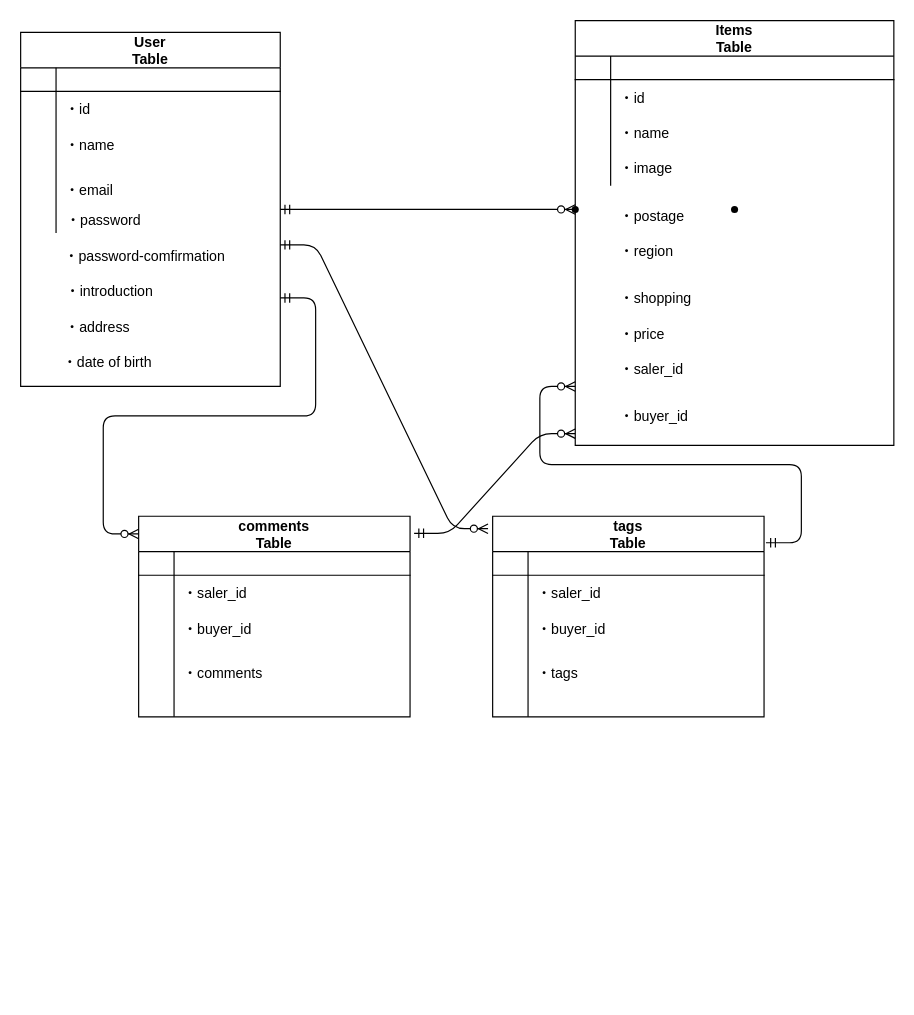
Fujiwara0805/furima-38437 keeps this draw.io diagram as test.dio. Above is the earlier version. Source tidied: cells renumbered, new cells numbered last; positions are measured from the earlier drawing's top-left corner, leaving out a move shared by most shapes. Both pictures are drawn from the tidied source at 118%, with x=0, y=0 at pixel (20, 20).
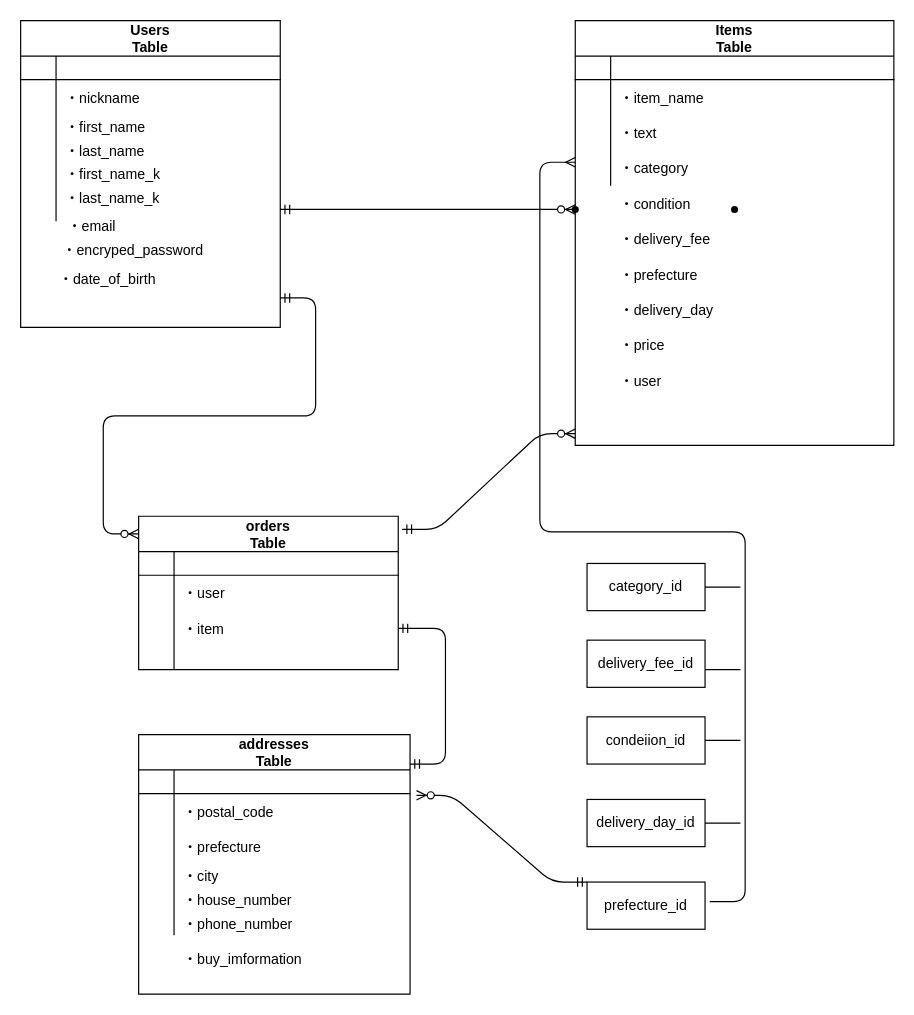
After the change.

The change refers to these unchanged cells:
```xml
<mxCell id="6" style="shape=partialRectangle;fillColor=none;top=0;left=0;bottom=0;right=0;" parent="2" vertex="1">
  <mxGeometry y="50" width="220" height="30" as="geometry" />
</mxCell>
<mxCell id="22" style="shape=partialRectangle;fillColor=none;top=0;left=0;bottom=0;right=0;" parent="18" vertex="1">
  <mxGeometry y="50" width="270" height="30" as="geometry" />
</mxCell>
<mxCell id="25" style="shape=partialRectangle;fillColor=none;top=0;left=0;bottom=0;right=0;" parent="18" vertex="1">
  <mxGeometry y="80" width="270" height="30" as="geometry" />
</mxCell>
<mxCell id="28" style="shape=partialRectangle;fillColor=none;top=0;left=0;bottom=0;right=0;" parent="18" vertex="1">
  <mxGeometry y="110" width="270" height="30" as="geometry" />
</mxCell>
<mxCell id="54" style="shape=partialRectangle;fillColor=none;top=0;left=0;bottom=1;right=0;points=[[0,0.5],[1,0.5]];portConstraint=eastwest;" parent="53" vertex="1">
  <mxGeometry y="30" width="230" height="20" as="geometry" />
</mxCell>
<mxCell id="57" style="shape=partialRectangle;fillColor=none;top=0;left=0;bottom=0;right=0;" parent="53" vertex="1">
  <mxGeometry y="50" width="230" height="30" as="geometry" />
</mxCell>
<mxCell id="60" style="shape=partialRectangle;fillColor=none;top=0;left=0;bottom=0;right=0;" parent="53" vertex="1">
  <mxGeometry y="80" width="230" height="30" as="geometry" />
</mxCell>
<mxCell id="63" style="shape=partialRectangle;fillColor=none;top=0;left=0;bottom=0;right=0;" parent="53" vertex="1">
  <mxGeometry y="110" width="230" height="60" as="geometry" />
</mxCell>
```

Change to the diagram source:
```diff
@@
-    <mxCell id="2" value="User &#10;Table" style="shape=table;startSize=30;childLayout=tableLayout;rowLines=0;fontStyle=1;align=center;" parent="1" vertex="1">
-      <mxGeometry y="10" width="220" height="300" as="geometry" />
+    <mxCell id="2" value="Users&#10;Table" style="shape=table;startSize=30;childLayout=tableLayout;rowLines=0;fontStyle=1;align=center;" parent="1" vertex="1">
+      <mxGeometry width="220" height="260" as="geometry" />
     </mxCell>
@@
-    <mxCell id="8" value="・id" style="shape=partialRectangle;fillColor=none;top=0;left=0;bottom=0;right=0;align=left;spacingLeft=6;overflow=hidden;" parent="6" vertex="1">
+    <mxCell id="8" value="・nickname    " style="shape=partialRectangle;fillColor=none;top=0;left=0;bottom=0;right=0;align=left;spacingLeft=6;overflow=hidden;" parent="6" vertex="1">
       <mxGeometry x="30" width="190" height="30" as="geometry" />
     </mxCell>
     <mxCell id="9" style="shape=partialRectangle;fillColor=none;top=0;left=0;bottom=0;right=0;" parent="2" vertex="1">
-      <mxGeometry y="80" width="220" height="30" as="geometry" />
+      <mxGeometry y="80" width="220" height="20" as="geometry" />
     </mxCell>
     <mxCell id="10" style="shape=partialRectangle;fillColor=none;top=0;left=0;bottom=0;right=0;overflow=hidden;" parent="9" vertex="1">
-      <mxGeometry width="30" height="30" as="geometry" />
+      <mxGeometry width="30" height="20" as="geometry" />
     </mxCell>
-    <mxCell id="11" value="・name" style="shape=partialRectangle;fillColor=none;top=0;left=0;bottom=0;right=0;align=left;spacingLeft=6;overflow=hidden;" parent="9" vertex="1">
-      <mxGeometry x="30" width="190" height="30" as="geometry" />
+    <mxCell id="11" value="・first_name" style="shape=partialRectangle;fillColor=none;top=0;left=0;bottom=0;right=0;align=left;spacingLeft=6;overflow=hidden;" parent="9" vertex="1">
+      <mxGeometry x="30" width="190" height="20" as="geometry" />
     </mxCell>
     <mxCell id="12" style="shape=partialRectangle;fillColor=none;top=0;left=0;bottom=0;right=0;" parent="2" vertex="1">
-      <mxGeometry y="110" width="220" height="60" as="geometry" />
+      <mxGeometry y="100" width="220" height="70" as="geometry" />
     </mxCell>
     <mxCell id="13" style="shape=partialRectangle;fillColor=none;top=0;left=0;bottom=0;right=0;overflow=hidden;" parent="12" vertex="1">
-      <mxGeometry width="30" height="60" as="geometry" />
+      <mxGeometry width="30" height="70" as="geometry" />
     </mxCell>
-    <mxCell id="14" value="・email&#10;" style="shape=partialRectangle;fillColor=none;top=0;left=0;bottom=0;right=0;align=left;spacingLeft=6;overflow=hidden;" parent="12" vertex="1">
-      <mxGeometry x="30" width="190" height="60" as="geometry" />
+    <mxCell id="14" style="shape=partialRectangle;fillColor=none;top=0;left=0;bottom=0;right=0;align=left;spacingLeft=6;overflow=hidden;" parent="12" vertex="1">
+      <mxGeometry x="30" width="190" height="70" as="geometry" />
     </mxCell>
-    <mxCell id="15" value="・password" style="text;html=1;align=center;verticalAlign=middle;strokeColor=none;fillColor=none;" parent="1" vertex="1">
-      <mxGeometry x="30" y="160" width="80" height="20" as="geometry" />
+    <mxCell id="15" value="・encryped_password" style="text;html=1;align=center;verticalAlign=middle;strokeColor=none;fillColor=none;" parent="1" vertex="1">
+      <mxGeometry x="30" y="185" width="130" height="20" as="geometry" />
     </mxCell>
-    <mxCell id="16" value="・password-comfirmation" style="text;html=1;align=center;verticalAlign=middle;strokeColor=none;fillColor=none;" parent="1" vertex="1">
-      <mxGeometry x="30" y="190" width="150" height="20" as="geometry" />
-    </mxCell>
-    <mxCell id="17" value="・introduction" style="text;html=1;align=center;verticalAlign=middle;strokeColor=none;fillColor=none;" parent="1" vertex="1">
-      <mxGeometry x="30" y="220" width="90" height="20" as="geometry" />
+    <mxCell id="17" value="・email" style="text;html=1;align=center;verticalAlign=middle;strokeColor=none;fillColor=none;" parent="1" vertex="1">
+      <mxGeometry x="30" y="165" width="60" height="20" as="geometry" />
     </mxCell>
@@
-    <mxCell id="24" value="・id" style="shape=partialRectangle;fillColor=none;top=0;left=0;bottom=0;right=0;align=left;spacingLeft=6;overflow=hidden;" parent="22" vertex="1">
+    <mxCell id="24" value="・item_name" style="shape=partialRectangle;fillColor=none;top=0;left=0;bottom=0;right=0;align=left;spacingLeft=6;overflow=hidden;" parent="22" vertex="1">
       <mxGeometry x="30" width="240" height="30" as="geometry" />
     </mxCell>
@@
-    <mxCell id="27" value="・name" style="shape=partialRectangle;fillColor=none;top=0;left=0;bottom=0;right=0;align=left;spacingLeft=6;overflow=hidden;" parent="25" vertex="1">
+    <mxCell id="27" value="・text" style="shape=partialRectangle;fillColor=none;top=0;left=0;bottom=0;right=0;align=left;spacingLeft=6;overflow=hidden;" parent="25" vertex="1">
       <mxGeometry x="30" width="240" height="30" as="geometry" />
     </mxCell>
@@
-    <mxCell id="30" value="・image" style="shape=partialRectangle;fillColor=none;top=0;left=0;bottom=0;right=0;align=left;spacingLeft=6;overflow=hidden;" parent="28" vertex="1">
+    <mxCell id="30" value="・category" style="shape=partialRectangle;fillColor=none;top=0;left=0;bottom=0;right=0;align=left;spacingLeft=6;overflow=hidden;" parent="28" vertex="1">
       <mxGeometry x="30" width="240" height="30" as="geometry" />
     </mxCell>
@@
-    <mxCell id="32" value="・postage" style="shape=partialRectangle;fillColor=none;top=0;left=0;bottom=0;right=0;align=left;spacingLeft=6;overflow=hidden;" parent="1" vertex="1">
-      <mxGeometry x="500" y="150" width="230" height="30" as="geometry" />
+    <mxCell id="32" value="・condition" style="shape=partialRectangle;fillColor=none;top=0;left=0;bottom=0;right=0;align=left;spacingLeft=6;overflow=hidden;" parent="1" vertex="1">
+      <mxGeometry x="500" y="140" width="230" height="30" as="geometry" />
     </mxCell>
-    <mxCell id="33" value="・region" style="shape=partialRectangle;fillColor=none;top=0;left=0;bottom=0;right=0;align=left;spacingLeft=6;overflow=hidden;" parent="1" vertex="1">
-      <mxGeometry x="500" y="180" width="230" height="30" as="geometry" />
+    <mxCell id="33" value="・delivery_fee" style="shape=partialRectangle;fillColor=none;top=0;left=0;bottom=0;right=0;align=left;spacingLeft=6;overflow=hidden;" parent="1" vertex="1">
+      <mxGeometry x="500" y="170" width="230" height="30" as="geometry" />
     </mxCell>
-    <mxCell id="34" value="・shopping" style="shape=partialRectangle;fillColor=none;top=0;left=0;bottom=0;right=0;align=left;spacingLeft=6;overflow=hidden;" parent="1" vertex="1">
-      <mxGeometry x="500" y="220" width="230" height="30" as="geometry" />
+    <mxCell id="34" value="・delivery_day" style="shape=partialRectangle;fillColor=none;top=0;left=0;bottom=0;right=0;align=left;spacingLeft=6;overflow=hidden;" parent="1" vertex="1">
+      <mxGeometry x="500" y="230" width="230" height="30" as="geometry" />
     </mxCell>
-    <mxCell id="35" value="・price" style="shape=partialRectangle;fillColor=none;top=0;left=0;bottom=0;right=0;align=left;spacingLeft=6;overflow=hidden;" parent="1" vertex="1">
-      <mxGeometry x="500" y="250" width="230" height="30" as="geometry" />
+    <mxCell id="35" value="・prefecture" style="shape=partialRectangle;fillColor=none;top=0;left=0;bottom=0;right=0;align=left;spacingLeft=6;overflow=hidden;" parent="1" vertex="1">
+      <mxGeometry x="500" y="200" width="230" height="30" as="geometry" />
     </mxCell>
-    <mxCell id="36" value="・address" style="text;html=1;align=center;verticalAlign=middle;strokeColor=none;fillColor=none;" parent="1" vertex="1">
-      <mxGeometry x="30" y="250" width="70" height="20" as="geometry" />
-    </mxCell>
-    <mxCell id="37" value="・date of birth&amp;nbsp;" style="text;html=1;align=center;verticalAlign=middle;strokeColor=none;fillColor=none;" parent="1" vertex="1">
-      <mxGeometry x="30" y="280" width="90" height="20" as="geometry" />
+    <mxCell id="37" value="・date_of_birth&amp;nbsp;" style="text;html=1;align=center;verticalAlign=middle;strokeColor=none;fillColor=none;" parent="1" vertex="1">
+      <mxGeometry x="25" y="210" width="100" height="20" as="geometry" />
     </mxCell>
-    <mxCell id="38" value="・saler_id" style="shape=partialRectangle;fillColor=none;top=0;left=0;bottom=0;right=0;align=left;spacingLeft=6;overflow=hidden;" parent="1" vertex="1">
-      <mxGeometry x="500" y="280" width="230" height="30" as="geometry" />
+    <mxCell id="38" value="・price" style="shape=partialRectangle;fillColor=none;top=0;left=0;bottom=0;right=0;align=left;spacingLeft=6;overflow=hidden;" parent="1" vertex="1">
+      <mxGeometry x="500" y="260" width="230" height="30" as="geometry" />
     </mxCell>
-    <mxCell id="39" value="・buyer_id" style="shape=partialRectangle;fillColor=none;top=0;left=0;bottom=0;right=0;align=left;spacingLeft=6;overflow=hidden;" parent="1" vertex="1">
-      <mxGeometry x="500" y="320" width="230" height="30" as="geometry" />
+    <mxCell id="39" value="・user" style="shape=partialRectangle;fillColor=none;top=0;left=0;bottom=0;right=0;align=left;spacingLeft=6;overflow=hidden;" parent="1" vertex="1">
+      <mxGeometry x="500" y="290" width="230" height="30" as="geometry" />
     </mxCell>
-    <mxCell id="40" value="comments&#10;Table" style="shape=table;startSize=30;childLayout=tableLayout;rowLines=0;fontStyle=1;align=center;" parent="1" vertex="1">
-      <mxGeometry x="100" y="420" width="230" height="170" as="geometry" />
+    <mxCell id="40" value="orders&#10;Table" style="shape=table;startSize=30;childLayout=tableLayout;rowLines=0;fontStyle=1;align=center;" parent="1" vertex="1">
+      <mxGeometry x="100" y="420" width="220" height="130" as="geometry" />
     </mxCell>
     <mxCell id="41" style="shape=partialRectangle;fillColor=none;top=0;left=0;bottom=1;right=0;" parent="40" vertex="1">
-      <mxGeometry y="30" width="230" height="20" as="geometry" />
+      <mxGeometry y="30" width="220" height="20" as="geometry" />
     </mxCell>
@@
     <mxCell id="43" style="shape=partialRectangle;fillColor=none;top=0;left=0;bottom=0;right=0;align=left;spacingLeft=6;fontStyle=5;overflow=hidden;" parent="41" vertex="1">
-      <mxGeometry x="30" width="200" height="20" as="geometry" />
+      <mxGeometry x="30" width="190" height="20" as="geometry" />
     </mxCell>
     <mxCell id="44" style="shape=partialRectangle;fillColor=none;top=0;left=0;bottom=0;right=0;" parent="40" vertex="1">
-      <mxGeometry y="50" width="230" height="30" as="geometry" />
+      <mxGeometry y="50" width="220" height="30" as="geometry" />
     </mxCell>
@@
-    <mxCell id="46" value="・saler_id" style="shape=partialRectangle;fillColor=none;top=0;left=0;bottom=0;right=0;align=left;spacingLeft=6;overflow=hidden;" parent="44" vertex="1">
-      <mxGeometry x="30" width="200" height="30" as="geometry" />
+    <mxCell id="46" value="・user" style="shape=partialRectangle;fillColor=none;top=0;left=0;bottom=0;right=0;align=left;spacingLeft=6;overflow=hidden;" parent="44" vertex="1">
+      <mxGeometry x="30" width="190" height="30" as="geometry" />
     </mxCell>
     <mxCell id="47" style="shape=partialRectangle;fillColor=none;top=0;left=0;bottom=0;right=0;points=[[0,0.5],[1,0.5]];portConstraint=eastwest;" parent="40" vertex="1">
-      <mxGeometry y="80" width="230" height="30" as="geometry" />
+      <mxGeometry y="80" width="220" height="30" as="geometry" />
     </mxCell>
@@
-    <mxCell id="49" value="・buyer_id" style="shape=partialRectangle;fillColor=none;top=0;left=0;bottom=0;right=0;align=left;spacingLeft=6;overflow=hidden;" parent="47" vertex="1">
-      <mxGeometry x="30" width="200" height="30" as="geometry" />
+    <mxCell id="49" value="・item" style="shape=partialRectangle;fillColor=none;top=0;left=0;bottom=0;right=0;align=left;spacingLeft=6;overflow=hidden;" parent="47" vertex="1">
+      <mxGeometry x="30" width="190" height="30" as="geometry" />
     </mxCell>
     <mxCell id="50" style="shape=partialRectangle;fillColor=none;top=0;left=0;bottom=0;right=0;" parent="40" vertex="1">
-      <mxGeometry y="110" width="230" height="60" as="geometry" />
+      <mxGeometry y="110" width="220" height="20" as="geometry" />
     </mxCell>
     <mxCell id="51" style="shape=partialRectangle;fillColor=none;top=0;left=0;bottom=0;right=0;overflow=hidden;" parent="50" vertex="1">
-      <mxGeometry width="30" height="60" as="geometry" />
+      <mxGeometry width="30" height="20" as="geometry" />
     </mxCell>
-    <mxCell id="52" value="・comments&#10;" style="shape=partialRectangle;fillColor=none;top=0;left=0;bottom=0;right=0;align=left;spacingLeft=6;overflow=hidden;" parent="50" vertex="1">
-      <mxGeometry x="30" width="200" height="60" as="geometry" />
+    <mxCell id="52" style="shape=partialRectangle;fillColor=none;top=0;left=0;bottom=0;right=0;align=left;spacingLeft=6;overflow=hidden;" parent="50" vertex="1">
+      <mxGeometry x="30" width="190" height="20" as="geometry" />
     </mxCell>
-    <mxCell id="53" value="tags&#10;Table" style="shape=table;startSize=30;childLayout=tableLayout;rowLines=0;fontStyle=1;align=center;" parent="1" vertex="1">
-      <mxGeometry x="400" y="420" width="230" height="170" as="geometry" />
+    <mxCell id="53" value="addresses&#10;Table" style="shape=table;startSize=30;childLayout=tableLayout;rowLines=0;fontStyle=1;align=center;" parent="1" vertex="1">
+      <mxGeometry x="100" y="605" width="230" height="220" as="geometry" />
     </mxCell>
@@
-    <mxCell id="59" value="・saler_id" style="shape=partialRectangle;fillColor=none;top=0;left=0;bottom=0;right=0;align=left;spacingLeft=6;overflow=hidden;" parent="57" vertex="1">
+    <mxCell id="59" value="・postal_code" style="shape=partialRectangle;fillColor=none;top=0;left=0;bottom=0;right=0;align=left;spacingLeft=6;overflow=hidden;" parent="57" vertex="1">
       <mxGeometry x="30" width="200" height="30" as="geometry" />
     </mxCell>
@@
-    <mxCell id="62" value="・buyer_id" style="shape=partialRectangle;fillColor=none;top=0;left=0;bottom=0;right=0;align=left;spacingLeft=6;overflow=hidden;" parent="60" vertex="1">
+    <mxCell id="62" value="・prefecture" style="shape=partialRectangle;fillColor=none;top=0;left=0;bottom=0;right=0;align=left;spacingLeft=6;overflow=hidden;" parent="60" vertex="1">
       <mxGeometry x="30" width="200" height="30" as="geometry" />
     </mxCell>
@@
-    <mxCell id="65" value="・tags&#10;" style="shape=partialRectangle;fillColor=none;top=0;left=0;bottom=0;right=0;align=left;spacingLeft=6;overflow=hidden;" parent="63" vertex="1">
+    <mxCell id="65" value="・house_number" style="shape=partialRectangle;fillColor=none;top=0;left=0;bottom=0;right=0;align=left;spacingLeft=6;overflow=hidden;" parent="63" vertex="1">
       <mxGeometry x="30" width="200" height="60" as="geometry" />
     </mxCell>
@@
-    <mxCell id="68" style="edgeStyle=entityRelationEdgeStyle;fontSize=12;html=1;endArrow=ERzeroToMany;startArrow=ERmandOne;rounded=1;labelBackgroundColor=default;labelBorderColor=default;fontFamily=Helvetica;fontColor=default;strokeColor=default;shape=connector;entryX=-0.017;entryY=0.062;entryDx=0;entryDy=0;entryPerimeter=0;" parent="1" edge="1" target="53">
-      <mxGeometry relative="1" as="geometry">
-        <mxPoint x="220" y="190" as="sourcePoint" />
-      </mxGeometry>
-    </mxCell>
@@
-    <mxCell id="71" style="edgeStyle=entityRelationEdgeStyle;fontSize=12;html=1;endArrow=ERzeroToMany;startArrow=ERmandOne;rounded=1;labelBackgroundColor=default;labelBorderColor=default;fontFamily=Helvetica;fontColor=default;strokeColor=default;shape=connector;exitX=1.007;exitY=0.132;exitDx=0;exitDy=0;exitPerimeter=0;" parent="1" edge="1" source="53">
-      <mxGeometry relative="1" as="geometry">
-        <mxPoint x="470" y="310" as="targetPoint" />
-      </mxGeometry>
-    </mxCell>
+    <mxCell id="72" value="・last_name" style="shape=partialRectangle;fillColor=none;top=0;left=0;bottom=0;right=0;align=left;spacingLeft=6;overflow=hidden;" parent="1" vertex="1">
+      <mxGeometry x="30" y="100" width="190" height="20" as="geometry" />
+    </mxCell>
+    <mxCell id="73" value="・last_name_k" style="shape=partialRectangle;fillColor=none;top=0;left=0;bottom=0;right=0;align=left;spacingLeft=6;overflow=hidden;" parent="1" vertex="1">
+      <mxGeometry x="30" y="140" width="190" height="20" as="geometry" />
+    </mxCell>
+    <mxCell id="74" value="・first_name_k" style="shape=partialRectangle;fillColor=none;top=0;left=0;bottom=0;right=0;align=left;spacingLeft=6;overflow=hidden;" parent="1" vertex="1">
+      <mxGeometry x="30" y="120" width="190" height="20" as="geometry" />
+    </mxCell>
+    <mxCell id="75" value="・city" style="shape=partialRectangle;fillColor=none;top=0;left=0;bottom=0;right=0;align=left;spacingLeft=6;overflow=hidden;" parent="1" vertex="1">
+      <mxGeometry x="130" y="710" width="200" height="30" as="geometry" />
+    </mxCell>
+    <mxCell id="76" value="・phone_number" style="shape=partialRectangle;fillColor=none;top=0;left=0;bottom=0;right=0;align=left;spacingLeft=6;overflow=hidden;" parent="1" vertex="1">
+      <mxGeometry x="130" y="750" width="200" height="30" as="geometry" />
+    </mxCell>
+    <mxCell id="77" value="・buy_imformation" style="shape=partialRectangle;fillColor=none;top=0;left=0;bottom=0;right=0;align=left;spacingLeft=6;overflow=hidden;" parent="1" vertex="1">
+      <mxGeometry x="130" y="780" width="200" height="30" as="geometry" />
+    </mxCell>
+    <mxCell id="78" style="edgeStyle=entityRelationEdgeStyle;fontSize=12;html=1;endArrow=ERmandOne;startArrow=ERmandOne;" parent="1" edge="1" target="47">
+      <mxGeometry relative="1" as="geometry">
+        <mxPoint x="330" y="630" as="sourcePoint" />
+      </mxGeometry>
+    </mxCell>
+    <mxCell id="79" value="category_id" style="whiteSpace=wrap;html=1;align=center;" parent="1" vertex="1">
+      <mxGeometry x="480" y="460" width="100" height="40" as="geometry" />
+    </mxCell>
+    <mxCell id="80" value="delivery_fee_id" style="whiteSpace=wrap;html=1;align=center;" parent="1" vertex="1">
+      <mxGeometry x="480" y="525" width="100" height="40" as="geometry" />
+    </mxCell>
+    <mxCell id="81" value="condeiion_id" style="whiteSpace=wrap;html=1;align=center;" parent="1" vertex="1">
+      <mxGeometry x="480" y="590" width="100" height="40" as="geometry" />
+    </mxCell>
+    <mxCell id="82" value="delivery_day_id" style="whiteSpace=wrap;html=1;align=center;" parent="1" vertex="1">
+      <mxGeometry x="480" y="660" width="100" height="40" as="geometry" />
+    </mxCell>
+    <mxCell id="83" value="prefecture_id" style="whiteSpace=wrap;html=1;align=center;" parent="1" vertex="1">
+      <mxGeometry x="480" y="730" width="100" height="40" as="geometry" />
+    </mxCell>
+    <mxCell id="84" style="edgeStyle=entityRelationEdgeStyle;fontSize=12;html=1;endArrow=ERmany;exitX=1.04;exitY=0.413;exitDx=0;exitDy=0;exitPerimeter=0;" parent="1" edge="1" source="83">
+      <mxGeometry relative="1" as="geometry">
+        <mxPoint x="470" y="120" as="targetPoint" />
+      </mxGeometry>
+    </mxCell>
+    <mxCell id="85" style="endArrow=none;html=1;rounded=0;" parent="1" edge="1">
+      <mxGeometry relative="1" as="geometry">
+        <mxPoint x="580" y="480" as="sourcePoint" />
+        <mxPoint x="610" y="480" as="targetPoint" />
+      </mxGeometry>
+    </mxCell>
+    <mxCell id="86" style="endArrow=none;html=1;rounded=0;" parent="1" edge="1">
+      <mxGeometry relative="1" as="geometry">
+        <mxPoint x="580" y="550" as="sourcePoint" />
+        <mxPoint x="610" y="550" as="targetPoint" />
+      </mxGeometry>
+    </mxCell>
+    <mxCell id="87" style="endArrow=none;html=1;rounded=0;" parent="1" edge="1">
+      <mxGeometry relative="1" as="geometry">
+        <mxPoint x="580" y="610" as="sourcePoint" />
+        <mxPoint x="610" y="610" as="targetPoint" />
+      </mxGeometry>
+    </mxCell>
+    <mxCell id="88" style="endArrow=none;html=1;rounded=0;" parent="1" edge="1">
+      <mxGeometry relative="1" as="geometry">
+        <mxPoint x="580" y="680" as="sourcePoint" />
+        <mxPoint x="610" y="680" as="targetPoint" />
+      </mxGeometry>
+    </mxCell>
+    <mxCell id="89" style="edgeStyle=entityRelationEdgeStyle;fontSize=12;html=1;endArrow=ERzeroToMany;startArrow=ERmandOne;entryX=1.024;entryY=1.075;entryDx=0;entryDy=0;entryPerimeter=0;exitX=0;exitY=0;exitDx=0;exitDy=0;" parent="1" edge="1" source="83" target="54">
+      <mxGeometry relative="1" as="geometry" />
+    </mxCell>
```
